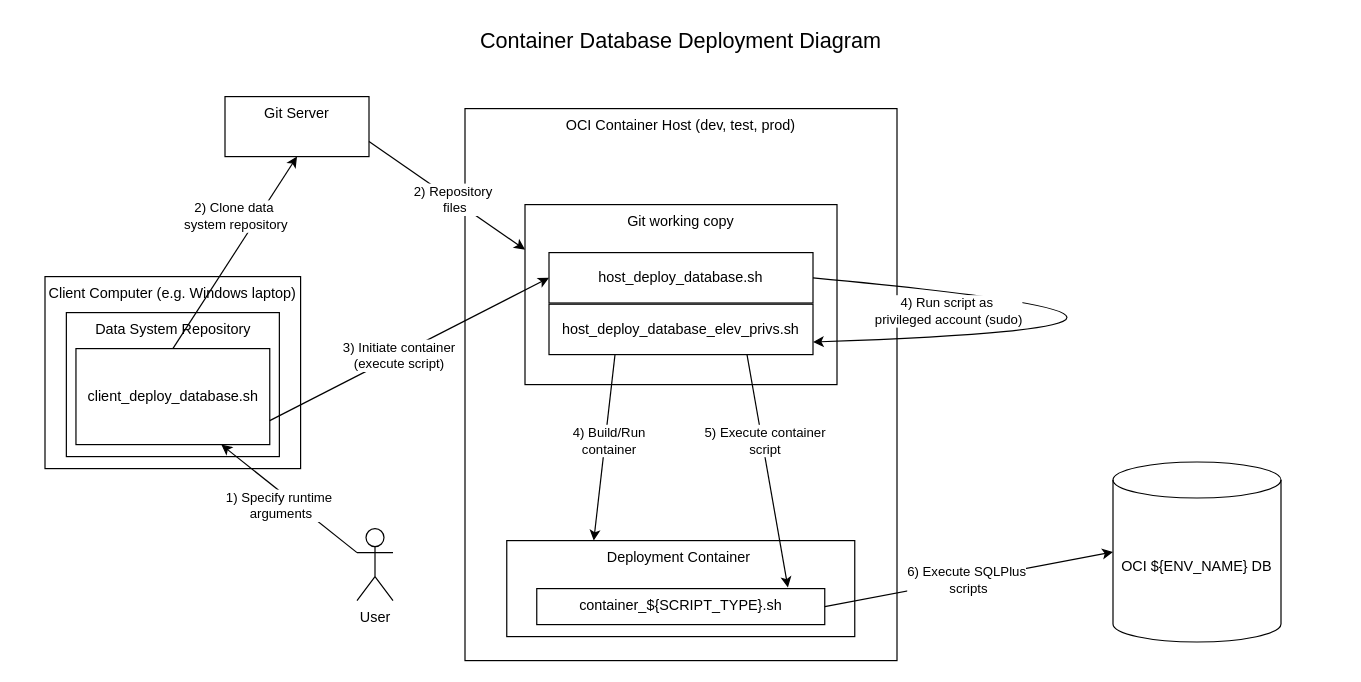
The draw.io diagram diagrams/container_database_deployment_diagram.drawio in noaa-pifsc/pifsc-oracle-docker-deployments, before the edit. Source tidied: cells renumbered, new cells numbered last; positions are measured from the earlier drawing's top-left corner, leaving out a move shared by most shapes. Both pictures are drawn from the tidied source at 120%, with x=0, y=0 at pixel (20, 20).
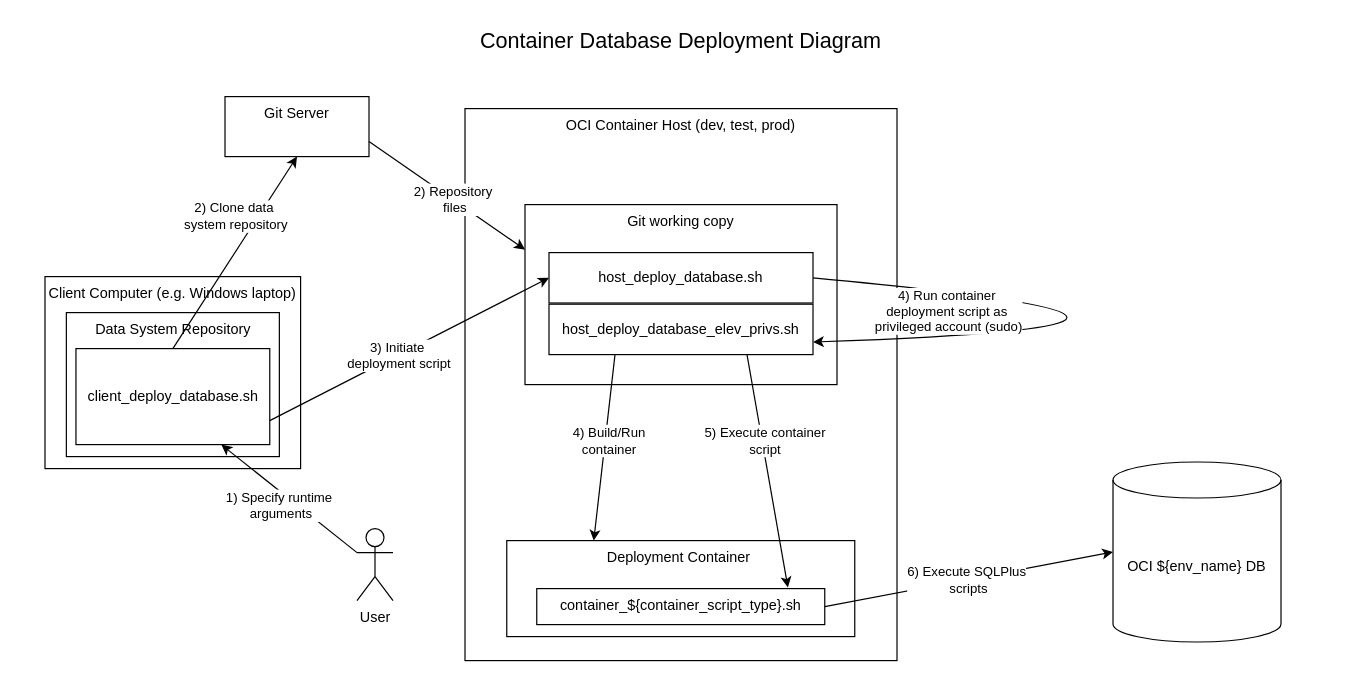
Above is the later version.

The change refers to these unchanged cells:
```xml
<mxCell id="12" style="endArrow=classic;html=1;rounded=0;entryX=0;entryY=0.5;entryDx=0;entryDy=0;exitX=1;exitY=0.75;exitDx=0;exitDy=0;" parent="1" edge="1" source="7" target="14">
  <mxGeometry relative="1" as="geometry" />
</mxCell>
<mxCell id="16" style="endArrow=classic;html=1;rounded=0;exitX=1;exitY=0.5;exitDx=0;exitDy=0;curved=1;entryX=1;entryY=0.75;entryDx=0;entryDy=0;" parent="1" edge="1" source="14" target="15">
  <mxGeometry relative="1" as="geometry">
    <Array as="points">
      <mxPoint x="1080" y="253" />
    </Array>
  </mxGeometry>
</mxCell>
```

Diff of the diagram source:
```diff
@@
-    <mxCell id="13" value="3) Initiate container&lt;div&gt;(execute script)&lt;/div&gt;" style="edgeLabel;html=1;align=center;verticalAlign=middle;" parent="12" vertex="1">
+    <mxCell id="13" value="&lt;div&gt;3) Initiate&amp;nbsp;&lt;/div&gt;&lt;div&gt;deployment script&lt;/div&gt;" style="edgeLabel;html=1;align=center;verticalAlign=middle;" parent="12" vertex="1">
       <mxGeometry x="-0.08" relative="1" as="geometry" />
     </mxCell>
@@
-    <mxCell id="17" value="4) Run script as&amp;nbsp;&lt;div&gt;privileged account (sudo)&lt;/div&gt;" style="edgeLabel;html=1;align=center;verticalAlign=middle;" parent="16" vertex="1">
+    <mxCell id="17" value="&lt;div&gt;4) Run container&amp;nbsp;&lt;/div&gt;&lt;div&gt;deployment script as&amp;nbsp;&lt;/div&gt;&lt;div&gt;privileged account (sudo)&lt;/div&gt;" style="edgeLabel;html=1;align=center;verticalAlign=middle;" parent="16" vertex="1">
       <mxGeometry x="-0.5" y="-8" relative="1" as="geometry">
         <mxPoint x="-97" as="offset" />
       </mxGeometry>
     </mxCell>
@@
-    <mxCell id="23" value="container_${SCRIPT_TYPE}.sh" style="rounded=0;whiteSpace=wrap;html=1;verticalAlign=top;" parent="1" vertex="1">
+    <mxCell id="23" value="container_${container_script_type}.sh" style="rounded=0;whiteSpace=wrap;html=1;verticalAlign=top;" parent="1" vertex="1">
       <mxGeometry x="429.8" y="473" width="240" height="30" as="geometry" />
     </mxCell>
-    <mxCell id="24" value="OCI ${ENV_NAME} DB" style="shape=cylinder3;whiteSpace=wrap;html=1;boundedLbl=1;backgroundOutline=1;size=15;" parent="1" vertex="1">
+    <mxCell id="24" value="OCI ${env_name} DB" style="shape=cylinder3;whiteSpace=wrap;html=1;boundedLbl=1;backgroundOutline=1;size=15;" parent="1" vertex="1">
       <mxGeometry x="910" y="367.5" width="140" height="150" as="geometry" />
     </mxCell>
```
